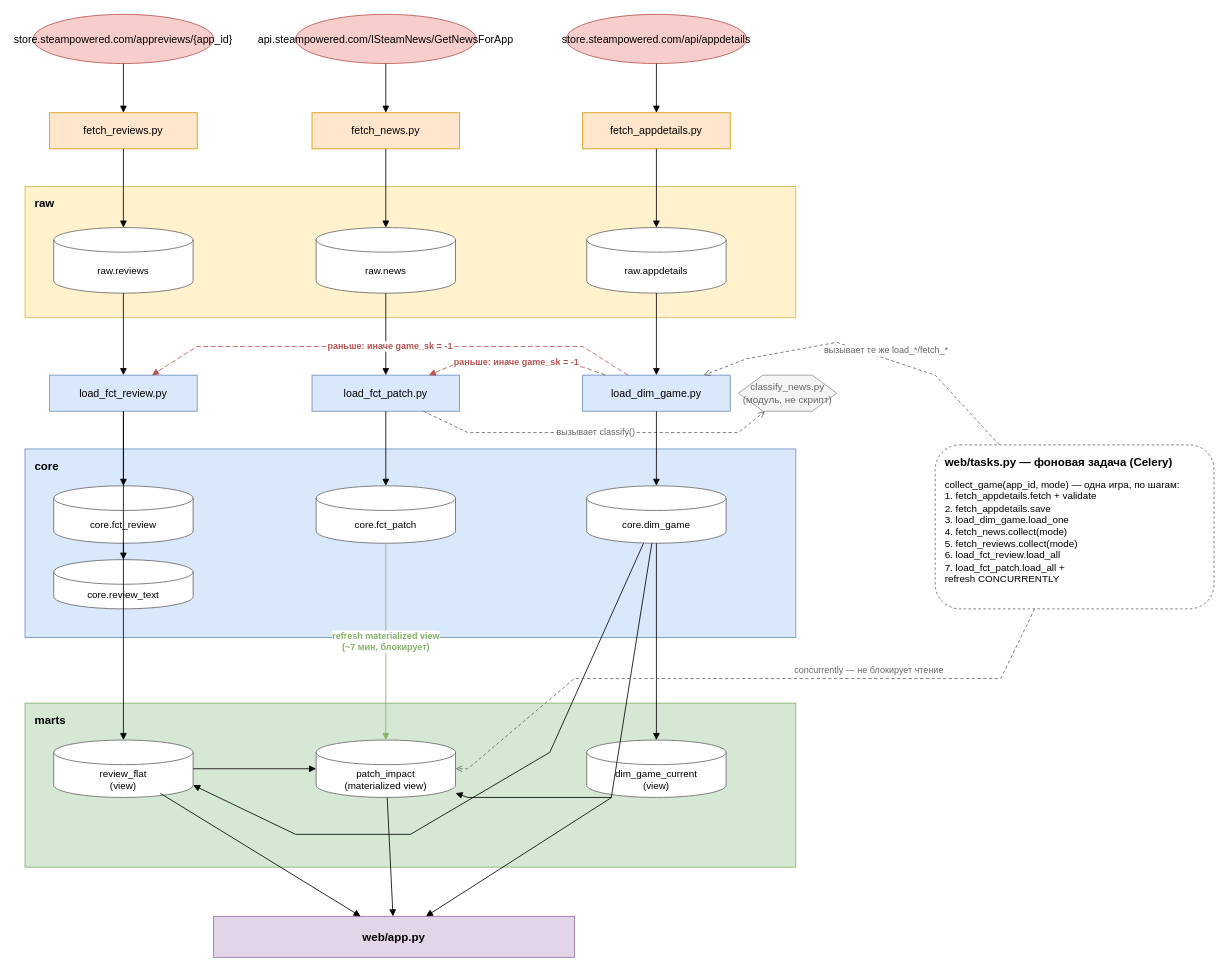
lebedev-ay/steam-health keeps this draw.io diagram as docs/er/pipeline.drawio. Above is the earlier version. Source tidied: cells renumbered, new cells numbered last; positions are measured from the earlier drawing's top-left corner, leaving out a move shared by most shapes. Both pictures are drawn from the tidied source at 82%, with x=0, y=0 at pixel (25, 14).
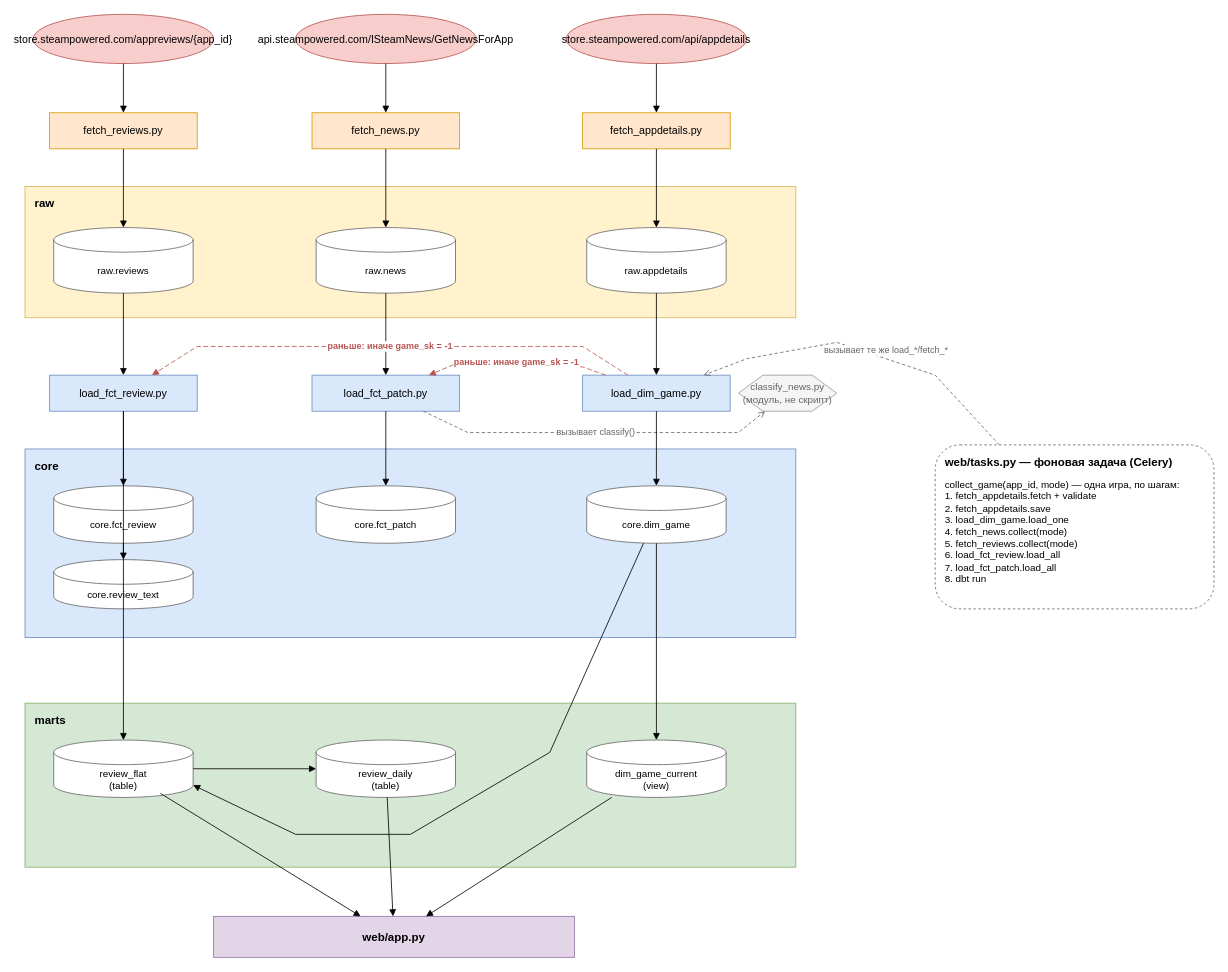
The same diagram, later.

Commit message (it also covers changes not shown here):
диаграммы приведены к текущему состоянию схемы

The change refers to these unchanged cells:
```xml
<mxCell id="31" value="core.fct_patch" style="shape=cylinder3;whiteSpace=wrap;html=1;boundedLbl=1;backgroundOutline=1;size=15;fontSize=12;fillColor=#ffffff;strokeColor=#666666;" parent="1" vertex="1">
  <mxGeometry x="355" y="575" width="170" height="70" as="geometry" />
</mxCell>
<mxCell id="32" value="core.dim_game" style="shape=cylinder3;whiteSpace=wrap;html=1;boundedLbl=1;backgroundOutline=1;size=15;fontSize=12;fillColor=#ffffff;strokeColor=#666666;" parent="1" vertex="1">
  <mxGeometry x="685" y="575" width="170" height="70" as="geometry" />
</mxCell>
<mxCell id="51" value="web/tasks.py — фоновая задача (Celery)" style="rounded=1;whiteSpace=wrap;html=1;dashed=1;fillColor=none;strokeColor=#666666;verticalAlign=top;align=left;spacingLeft=10;spacingTop=6;fontSize=14;fontStyle=1;" parent="1" vertex="1">
  <mxGeometry x="1110" y="525" width="340" height="200" as="geometry" />
</mxCell>
```

Diff of the diagram source:
```diff
@@
-    <mxCell id="38" value="review_flat&lt;br&gt;(view)" style="shape=cylinder3;whiteSpace=wrap;html=1;boundedLbl=1;backgroundOutline=1;size=15;fontSize=12;fillColor=#ffffff;strokeColor=#666666;" parent="1" vertex="1">
+    <mxCell id="38" value="review_flat&lt;br&gt;(table)" style="shape=cylinder3;whiteSpace=wrap;html=1;boundedLbl=1;backgroundOutline=1;size=15;fontSize=12;fillColor=#ffffff;strokeColor=#666666;" parent="1" vertex="1">
       <mxGeometry x="35" y="885" width="170" height="70" as="geometry" />
     </mxCell>
-    <mxCell id="39" value="patch_impact&lt;br&gt;(materialized view)" style="shape=cylinder3;whiteSpace=wrap;html=1;boundedLbl=1;backgroundOutline=1;size=15;fontSize=12;fillColor=#ffffff;strokeColor=#666666;" parent="1" vertex="1">
+    <mxCell id="39" value="review_daily&lt;br&gt;(table)" style="shape=cylinder3;whiteSpace=wrap;html=1;boundedLbl=1;backgroundOutline=1;size=15;fontSize=12;fillColor=#ffffff;strokeColor=#666666;" parent="1" vertex="1">
       <mxGeometry x="355" y="885" width="170" height="70" as="geometry" />
     </mxCell>
@@
-    <mxCell id="44" value="refresh materialized view&lt;br&gt;(~7 мин, блокирует)" style="html=1;endArrow=block;rounded=0;strokeColor=#82b366;fontColor=#82b366;fontSize=11;fontStyle=1;" parent="1" edge="1" source="31" target="39">
-      <mxGeometry relative="1" as="geometry" />
-    </mxCell>
-    <mxCell id="45" style="html=1;endArrow=block;elbow=vertical;rounded=0;fontSize=11;" parent="1" edge="1" source="32" target="39">
-      <mxGeometry relative="1" as="geometry">
-        <Array as="points">
-          <mxPoint x="715" y="955" />
-          <mxPoint x="540" y="955" />
-        </Array>
-      </mxGeometry>
-    </mxCell>
@@
-    <mxCell id="52" value="collect_game(app_id, mode) — одна игра, по шагам:&lt;br&gt;1. fetch_appdetails.fetch + validate&lt;br&gt;2. fetch_appdetails.save&lt;br&gt;3. load_dim_game.load_one&lt;br&gt;4. fetch_news.collect(mode)&lt;br&gt;5. fetch_reviews.collect(mode)&lt;br&gt;6. load_fct_review.load_all&lt;br&gt;7. load_fct_patch.load_all +&lt;br&gt;   refresh CONCURRENTLY" style="text;html=1;strokeColor=none;fillColor=none;align=left;verticalAlign=top;whiteSpace=wrap;fontSize=12;" parent="1" vertex="1">
+    <mxCell id="52" value="collect_game(app_id, mode) — одна игра, по шагам:&lt;br&gt;1. fetch_appdetails.fetch + validate&lt;br&gt;2. fetch_appdetails.save&lt;br&gt;3. load_dim_game.load_one&lt;br&gt;4. fetch_news.collect(mode)&lt;br&gt;5. fetch_reviews.collect(mode)&lt;br&gt;6. load_fct_review.load_all&lt;br&gt;7. load_fct_patch.load_all&lt;br&gt;8. dbt run" style="text;html=1;strokeColor=none;fillColor=none;align=left;verticalAlign=top;whiteSpace=wrap;fontSize=12;" parent="1" vertex="1">
       <mxGeometry x="1120" y="560" width="300" height="220" as="geometry" />
     </mxCell>
@@
-    <mxCell id="54" value="concurrently — не блокирует чтение" style="html=1;endArrow=open;dashed=1;dashPattern=4 3;rounded=0;fontSize=11;strokeColor=#666666;fontColor=#666666;" parent="1" edge="1" source="51" target="39">
-      <mxGeometry x="-0.36" y="-10" relative="1" as="geometry">
-        <Array as="points">
-          <mxPoint x="1190" y="810" />
-          <mxPoint x="870" y="810" />
-          <mxPoint x="670" y="810" />
-          <mxPoint x="540" y="920" />
-        </Array>
-      </mxGeometry>
-    </mxCell>
```
